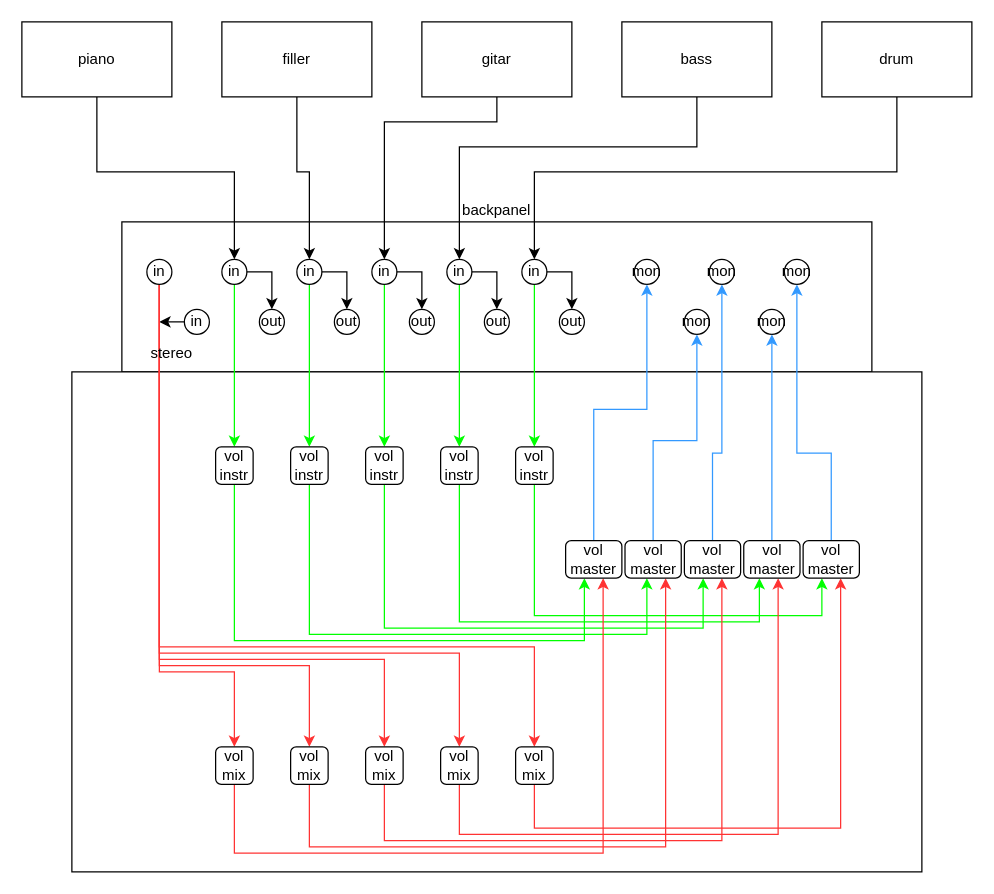
The draw.io diagram page "Mixer" (1 of 2) of Mixer Musik Custom.drawio in hnkzf/topologi-site, before the edit. Source tidied: cells renumbered, new cells numbered last; positions are measured from the earlier drawing's top-left corner, leaving out a move shared by most shapes. Both pictures are drawn from the tidied source at 125%, with x=0, y=0 at pixel (21, 21).
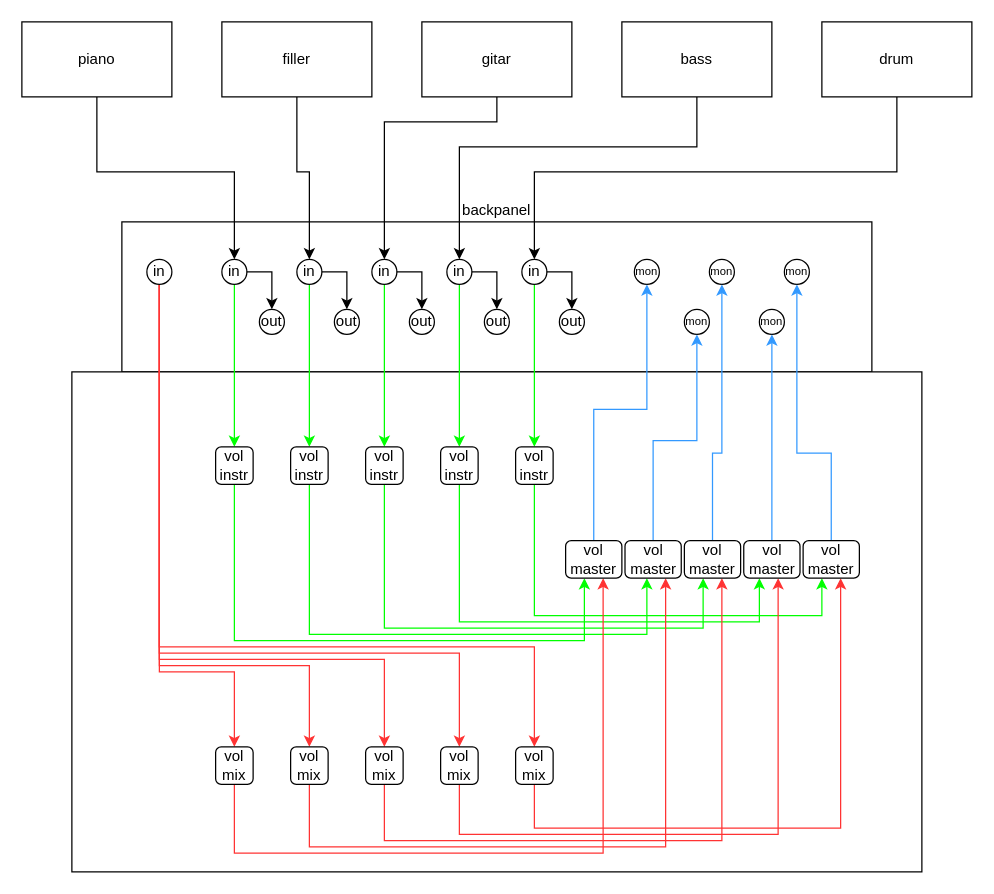
After the change.

The edit, as a diff of the source:
```diff
@@
-    <mxCell id="34" value="mon" style="ellipse;whiteSpace=wrap;html=1;" parent="1" vertex="1">
+    <mxCell id="34" value="mon" style="ellipse;whiteSpace=wrap;html=1;fontSize=9;align=center;verticalAlign=middle;" parent="1" vertex="1">
       <mxGeometry x="490" y="190" width="20" height="20" as="geometry" />
     </mxCell>
-    <mxCell id="35" value="mon" style="ellipse;whiteSpace=wrap;html=1;" parent="1" vertex="1">
+    <mxCell id="35" value="mon" style="ellipse;whiteSpace=wrap;html=1;fontSize=9;align=center;verticalAlign=middle;" parent="1" vertex="1">
       <mxGeometry x="550" y="190" width="20" height="20" as="geometry" />
     </mxCell>
-    <mxCell id="36" value="mon" style="ellipse;whiteSpace=wrap;html=1;" parent="1" vertex="1">
+    <mxCell id="36" value="mon" style="ellipse;whiteSpace=wrap;html=1;fontSize=9;align=center;verticalAlign=middle;" parent="1" vertex="1">
       <mxGeometry x="610" y="190" width="20" height="20" as="geometry" />
     </mxCell>
-    <mxCell id="37" value="mon" style="ellipse;whiteSpace=wrap;html=1;" parent="1" vertex="1">
+    <mxCell id="37" value="mon" style="ellipse;whiteSpace=wrap;html=1;fontSize=9;align=center;verticalAlign=middle;" parent="1" vertex="1">
       <mxGeometry x="530" y="230" width="20" height="20" as="geometry" />
     </mxCell>
-    <mxCell id="38" value="mon" style="ellipse;whiteSpace=wrap;html=1;" parent="1" vertex="1">
+    <mxCell id="38" value="mon" style="ellipse;whiteSpace=wrap;html=1;fontSize=9;align=center;verticalAlign=middle;" parent="1" vertex="1">
       <mxGeometry x="590" y="230" width="20" height="20" as="geometry" />
     </mxCell>
-    <mxCell id="39" style="edgeStyle=orthogonalEdgeStyle;rounded=0;jettySize=auto;html=1;" parent="1" edge="1" source="40">
-      <mxGeometry relative="1" as="geometry">
-        <mxPoint x="110" y="240" as="targetPoint" />
-      </mxGeometry>
-    </mxCell>
-    <mxCell id="40" value="in" style="ellipse;whiteSpace=wrap;html=1;" parent="1" vertex="1">
-      <mxGeometry x="130" y="230" width="20" height="20" as="geometry" />
-    </mxCell>
@@
-    <mxCell id="47" value="stereo" style="text;html=1;whiteSpace=wrap;strokeColor=none;fillColor=none;align=center;verticalAlign=middle;rounded=0;" parent="1" vertex="1">
-      <mxGeometry x="90" y="250" width="60" height="30" as="geometry" />
-    </mxCell>
```
